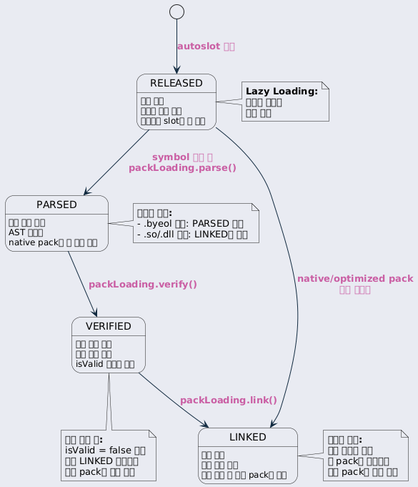
The PlantUML diagram ref/generated/ko/inline_umlgraph_32.png in byeolang/website, before a commit. The source it was exported from:
```plantuml
@startuml inline_umlgraph_32.png
<style>
  root {
    BackGroundColor: #E9EBF2;
  }
  class, node, object, participant, actor, boundary, control, entity, database, collections, queue {
    LineThickness: 1.5;
    HorizontalAlignment center;
    FontColor: #47637b;
    FontSize: 14;
    FontName: "Courier";
    RoundCorner: 20;
  }
  arrow {
    LineColor: #112a40;
    FontColor: #ca5fa4;
    FontStyle: "bold"
  }
  visibilityIcon {
    protected {
      LineColor DarkGoldenRod
      BackgroundColor DarkGoldenRod
    }
}
</style>
[*] --> RELEASED : autoslot 생성

state RELEASED {
    RELEASED : 초기 상태
    RELEASED : 메모리 점유 없음
    RELEASED : 대부분의 slot이 이 상태
}

state PARSED {
    PARSED : 코드 파싱 완료
    PARSED : AST 생성됨
    PARSED : native pack은 이 단계 생략
}

state VERIFIED {
    VERIFIED : 코드 검증 완료
    VERIFIED : 타입 체킹 완료
    VERIFIED : isValid 플래그 설정
}

state LINKED {
    LINKED : 최종 상태
    LINKED : 실행 준비 완료
    LINKED : 검증 실패 시 의존 pack에 전파
}

RELEASED --> PARSED : symbol 접근 시\npackLoading.parse()
RELEASED --> LINKED : native/optimized pack\n파싱 불필요

PARSED --> VERIFIED : packLoading.verify()

VERIFIED --> LINKED : packLoading.link()

note right of RELEASED
  <b>Lazy Loading:</b>
  사용될 때까지
  로딩 지연
end note

note right of PARSED
  <b>조건부 전환:</b>
  - .byeol 파일: PARSED 거침
  - .so/.dll 파일: LINKED로 바로
end note

note bottom of VERIFIED
  <b>검증 실패 시:</b>
  isValid = false 설정
  이후 LINKED 단계에서
  의존 pack에 실패 전파
end note

note right of LINKED
  <b>의존성 전파:</b>
  검증 실패한 경우
  이 pack에 의존하는
  모든 pack도 실패 처리
end note
@enduml
```
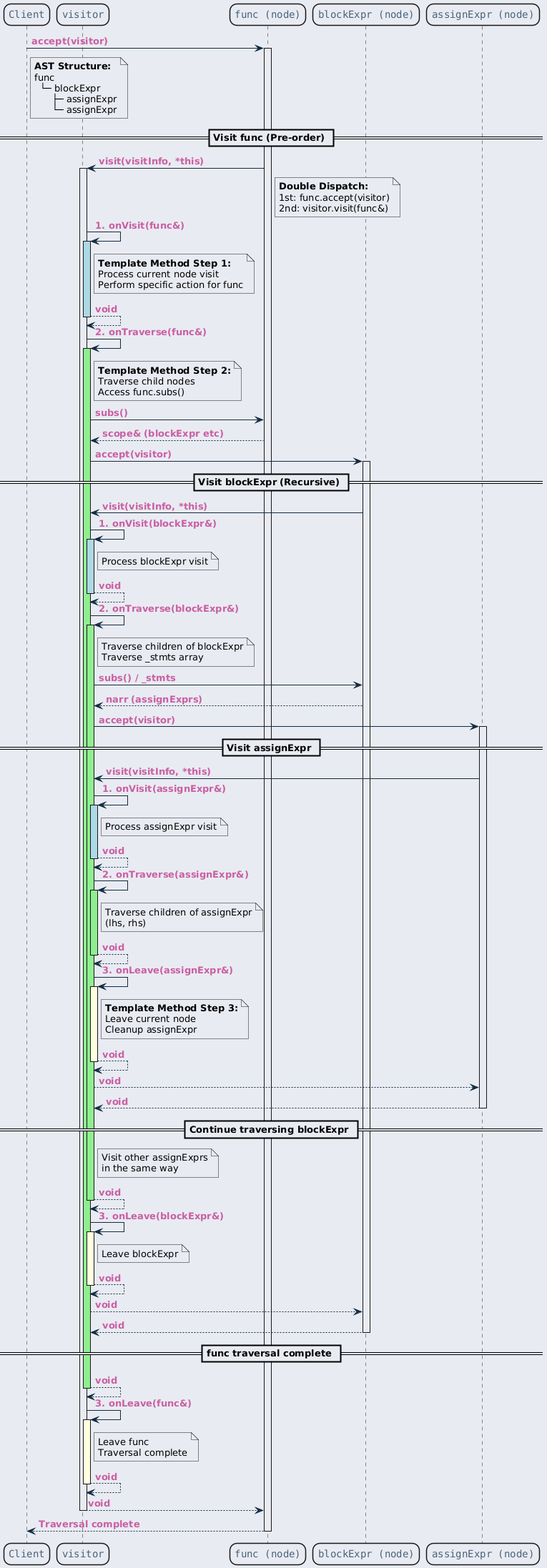
After the change.

Change to the diagram source:
```diff
@@ -23,62 +23,173 @@
     }
 }
 </style>
-[*] --> RELEASED : autoslot 생성
+participant "Client" as client
+participant "visitor" as visitor
+participant "func (node)" as func
+participant "blockExpr (node)" as block
+participant "assignExpr (node)" as assign
 
-state RELEASED {
-    RELEASED : 초기 상태
-    RELEASED : 메모리 점유 없음
-    RELEASED : 대부분의 slot이 이 상태
-}
+client -> func : accept(visitor)
+activate func
 
-state PARSED {
-    PARSED : 코드 파싱 완료
-    PARSED : AST 생성됨
-    PARSED : native pack은 이 단계 생략
-}
-
-state VERIFIED {
-    VERIFIED : 코드 검증 완료
-    VERIFIED : 타입 체킹 완료
-    VERIFIED : isValid 플래그 설정
-}
-
-state LINKED {
-    LINKED : 최종 상태
-    LINKED : 실행 준비 완료
-    LINKED : 검증 실패 시 의존 pack에 전파
-}
-
-RELEASED --> PARSED : symbol 접근 시\npackLoading.parse()
-RELEASED --> LINKED : native/optimized pack\n파싱 불필요
-
-PARSED --> VERIFIED : packLoading.verify()
-
-VERIFIED --> LINKED : packLoading.link()
-
-note right of RELEASED
-  <b>Lazy Loading:</b>
-  사용될 때까지
-  로딩 지연
+note right of client
+  <b>AST Structure:</b>
+  func
+    └─ blockExpr
+        ├─ assignExpr
+        └─ assignExpr
 end note
 
-note right of PARSED
-  <b>조건부 전환:</b>
-  - .byeol 파일: PARSED 거침
-  - .so/.dll 파일: LINKED로 바로
+== Visit func (Pre-order) ==
+
+func -> visitor : visit(visitInfo, *this)
+activate visitor
+
+note right of func
+  <b>Double Dispatch:</b>
+  1st: func.accept(visitor)
+  2nd: visitor.visit(func&)
 end note
 
-note bottom of VERIFIED
-  <b>검증 실패 시:</b>
-  isValid = false 설정
-  이후 LINKED 단계에서
-  의존 pack에 실패 전파
+visitor -> visitor : 1. onVisit(func&)
+activate visitor #lightblue
+
+note right of visitor
+  <b>Template Method Step 1:</b>
+  Process current node visit
+  Perform specific action for func
 end note
 
-note right of LINKED
-  <b>의존성 전파:</b>
-  검증 실패한 경우
-  이 pack에 의존하는
-  모든 pack도 실패 처리
+visitor --> visitor : void
+deactivate visitor
+
+visitor -> visitor : 2. onTraverse(func&)
+activate visitor #lightgreen
+
+note right of visitor
+  <b>Template Method Step 2:</b>
+  Traverse child nodes
+  Access func.subs()
 end note
+
+visitor -> func : subs()
+func --> visitor : scope& (blockExpr etc)
+
+visitor -> block : accept(visitor)
+activate block
+
+== Visit blockExpr (Recursive) ==
+
+block -> visitor : visit(visitInfo, *this)
+
+visitor -> visitor : 1. onVisit(blockExpr&)
+activate visitor #lightblue
+
+note right of visitor
+  Process blockExpr visit
+end note
+
+visitor --> visitor : void
+deactivate visitor
+
+visitor -> visitor : 2. onTraverse(blockExpr&)
+activate visitor #lightgreen
+
+note right of visitor
+  Traverse children of blockExpr
+  Traverse _stmts array
+end note
+
+visitor -> block : subs() / _stmts
+block --> visitor : narr (assignExprs)
+
+visitor -> assign : accept(visitor)
+activate assign
+
+== Visit assignExpr ==
+
+assign -> visitor : visit(visitInfo, *this)
+
+visitor -> visitor : 1. onVisit(assignExpr&)
+activate visitor #lightblue
+
+note right of visitor
+  Process assignExpr visit
+end note
+
+visitor --> visitor : void
+deactivate visitor
+
+visitor -> visitor : 2. onTraverse(assignExpr&)
+activate visitor #lightgreen
+
+note right of visitor
+  Traverse children of assignExpr
+  (lhs, rhs)
+end note
+
+visitor --> visitor : void
+deactivate visitor
+
+visitor -> visitor : 3. onLeave(assignExpr&)
+activate visitor #lightyellow
+
+note right of visitor
+  <b>Template Method Step 3:</b>
+  Leave current node
+  Cleanup assignExpr
+end note
+
+visitor --> visitor : void
+deactivate visitor
+
+visitor --> assign : void
+assign --> visitor : void
+deactivate assign
+
+== Continue traversing blockExpr ==
+
+note right of visitor
+  Visit other assignExprs
+  in the same way
+end note
+
+visitor --> visitor : void
+deactivate visitor
+
+visitor -> visitor : 3. onLeave(blockExpr&)
+activate visitor #lightyellow
+
+note right of visitor
+  Leave blockExpr
+end note
+
+visitor --> visitor : void
+deactivate visitor
+
+visitor --> block : void
+block --> visitor : void
+deactivate block
+
+== func traversal complete ==
+
+visitor --> visitor : void
+deactivate visitor
+
+visitor -> visitor : 3. onLeave(func&)
+activate visitor #lightyellow
+
+note right of visitor
+  Leave func
+  Traversal complete
+end note
+
+visitor --> visitor : void
+deactivate visitor
+
+visitor --> func : void
+deactivate visitor
+
+func --> client : Traversal complete
+deactivate func
 @enduml
```
